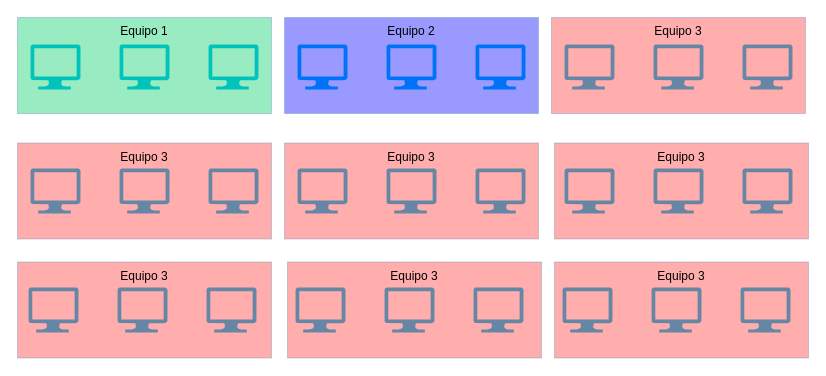
Before: Assets/OrganizacionEquipos.drawio in SegmentationFaultUtadeo/PropuestaMaratonUtadeo, a draw.io diagram. Source tidied: cells renumbered, new cells numbered last; positions are measured from the earlier drawing's top-left corner, leaving out a move shared by most shapes. Both pictures are drawn from the tidied source at 100%, with x=0, y=0 at pixel (17, 17).
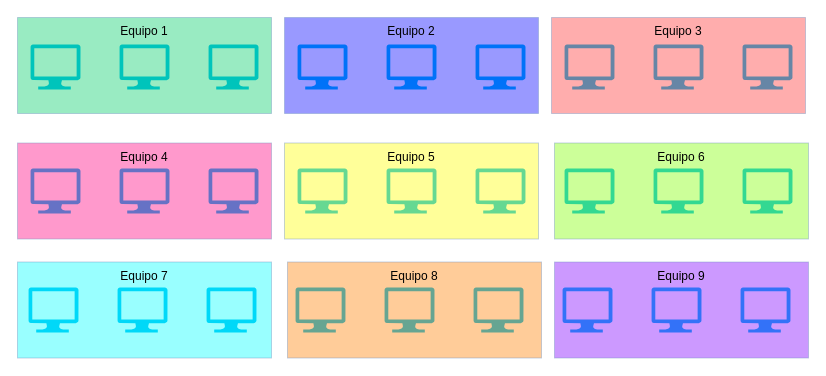
After the change.

Diff of the diagram source:
```diff
@@
-    <mxCell id="32" value="Equipo 3" style="rounded=0;whiteSpace=wrap;html=1;fillColor=#FF3333;strokeColor=#6c8ebf;opacity=40;verticalAlign=top;" parent="1" vertex="1">
+    <mxCell id="32" value="Equipo 4" style="rounded=0;whiteSpace=wrap;html=1;fillColor=#FF0080;strokeColor=#6c8ebf;opacity=40;verticalAlign=top;" parent="1" vertex="1">
       <mxGeometry y="125.5" width="254" height="96" as="geometry" />
     </mxCell>
-    <mxCell id="33" value="Equipo 3" style="rounded=0;whiteSpace=wrap;html=1;fillColor=#FF3333;strokeColor=#6c8ebf;opacity=40;verticalAlign=top;" parent="1" vertex="1">
+    <mxCell id="33" value="Equipo 5" style="rounded=0;whiteSpace=wrap;html=1;fillColor=#FFFF00;strokeColor=#6c8ebf;opacity=40;verticalAlign=top;" parent="1" vertex="1">
       <mxGeometry x="267" y="125.5" width="254" height="96" as="geometry" />
     </mxCell>
-    <mxCell id="34" value="Equipo 3" style="rounded=0;whiteSpace=wrap;html=1;fillColor=#FF3333;strokeColor=#6c8ebf;opacity=40;verticalAlign=top;" parent="1" vertex="1">
+    <mxCell id="34" value="Equipo 6" style="rounded=0;whiteSpace=wrap;html=1;fillColor=#80FF00;strokeColor=#6c8ebf;opacity=40;verticalAlign=top;" parent="1" vertex="1">
       <mxGeometry x="537" y="125.5" width="254" height="96" as="geometry" />
     </mxCell>
-    <mxCell id="35" value="Equipo 3" style="rounded=0;whiteSpace=wrap;html=1;fillColor=#FF3333;strokeColor=#6c8ebf;opacity=40;verticalAlign=top;" parent="1" vertex="1">
+    <mxCell id="35" value="Equipo 7" style="rounded=0;whiteSpace=wrap;html=1;fillColor=#00FFFF;strokeColor=#6c8ebf;opacity=40;verticalAlign=top;" parent="1" vertex="1">
       <mxGeometry y="244.5" width="254" height="96" as="geometry" />
     </mxCell>
-    <mxCell id="36" value="Equipo 3" style="rounded=0;whiteSpace=wrap;html=1;fillColor=#FF3333;strokeColor=#6c8ebf;opacity=40;verticalAlign=top;" parent="1" vertex="1">
+    <mxCell id="36" value="Equipo 8" style="rounded=0;whiteSpace=wrap;html=1;fillColor=#FF8000;strokeColor=#6c8ebf;opacity=40;verticalAlign=top;" parent="1" vertex="1">
       <mxGeometry x="270" y="244.5" width="254" height="96" as="geometry" />
     </mxCell>
-    <mxCell id="37" value="Equipo 3" style="rounded=0;whiteSpace=wrap;html=1;fillColor=#FF3333;strokeColor=#6c8ebf;opacity=40;verticalAlign=top;" parent="1" vertex="1">
+    <mxCell id="37" value="Equipo 9" style="rounded=0;whiteSpace=wrap;html=1;fillColor=#7F00FF;strokeColor=#6c8ebf;opacity=40;verticalAlign=top;" parent="1" vertex="1">
       <mxGeometry x="537" y="244.5" width="254" height="96" as="geometry" />
     </mxCell>
```
